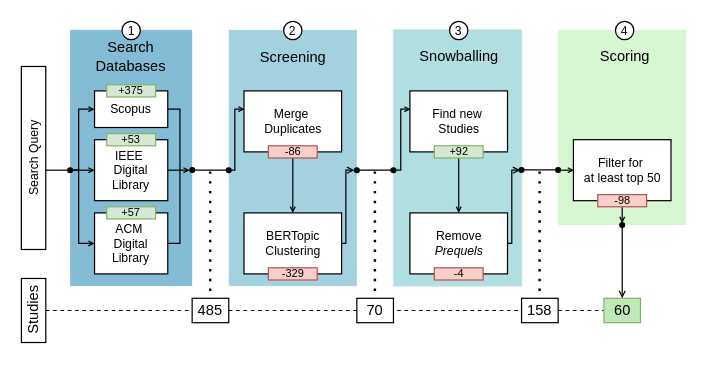
Before: page "Seite-2" (2 of 2) of SMS Conduction diagramm.drawio in mhecktor/draw.io, a draw.io diagram. Source tidied: cells renumbered, new cells numbered last; positions are measured from the earlier drawing's top-left corner, leaving out a move shared by most shapes. Both pictures are drawn from the tidied source at 122%, with x=0, y=0 at pixel (-59, 21).
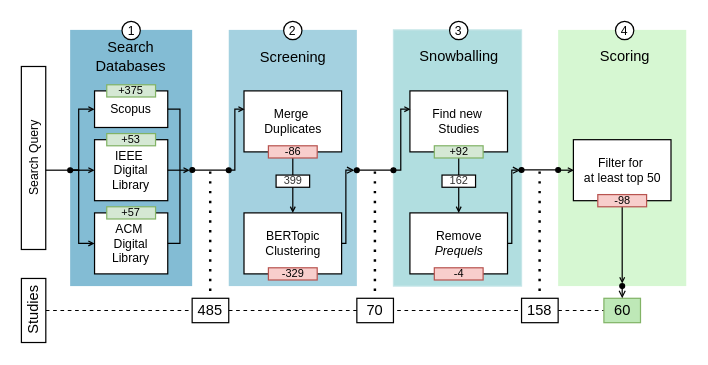
After the change.

Change to the diagram source:
```diff
@@
     <mxCell id="5" style="rounded=0;whiteSpace=wrap;html=1;strokeColor=none;fillColor=#D6F7D2;fontSize=10;" parent="1" vertex="1">
-      <mxGeometry x="505" y="7" width="105" height="160" as="geometry" />
+      <mxGeometry x="505" y="7" width="105" height="210" as="geometry" />
     </mxCell>
@@
+    <mxCell id="59" value="399" style="text;html=1;whiteSpace=wrap;align=center;verticalAlign=middle;rounded=0;fontSize=9;fillColor=#FFFFFF;fontColor=#333333;strokeColor=#000000;" parent="1" vertex="1">
+      <mxGeometry x="273.8" y="126" width="27.5" height="10" as="geometry" />
+    </mxCell>
+    <mxCell id="60" value="162" style="text;html=1;whiteSpace=wrap;align=center;verticalAlign=middle;rounded=0;fontSize=9;fillColor=#FFFFFF;fontColor=#333333;strokeColor=#000000;" parent="1" vertex="1">
+      <mxGeometry x="409.8" y="126" width="27.5" height="10" as="geometry" />
+    </mxCell>
```
